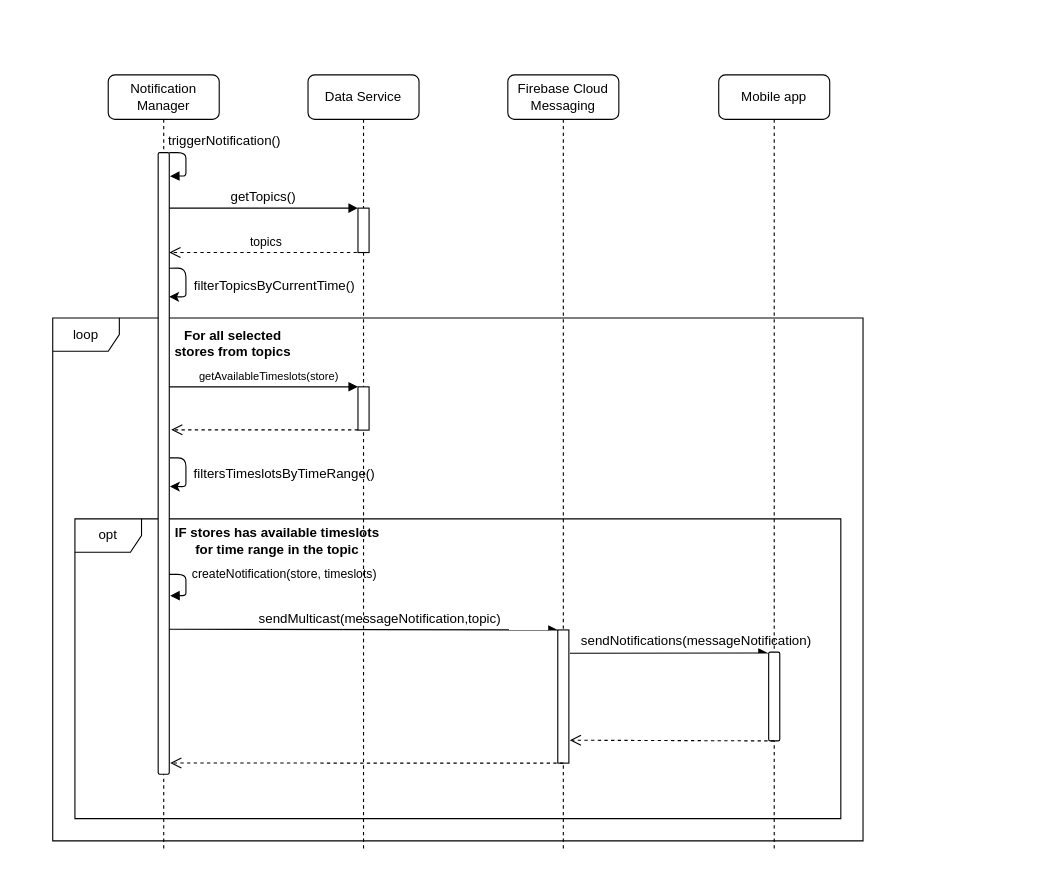
The draw.io diagram Relevant DD information/Sequence Diagrams/DrawIO/PeriodicNotificationsSeq.drawio in EtionPinari/PinariRomeoSbrolli, before the edit. Source tidied: cells renumbered, new cells numbered last; positions are measured from the earlier drawing's top-left corner, leaving out a move shared by most shapes. Both pictures are drawn from the tidied source at 111%, with x=0, y=0 at pixel (52, 74).
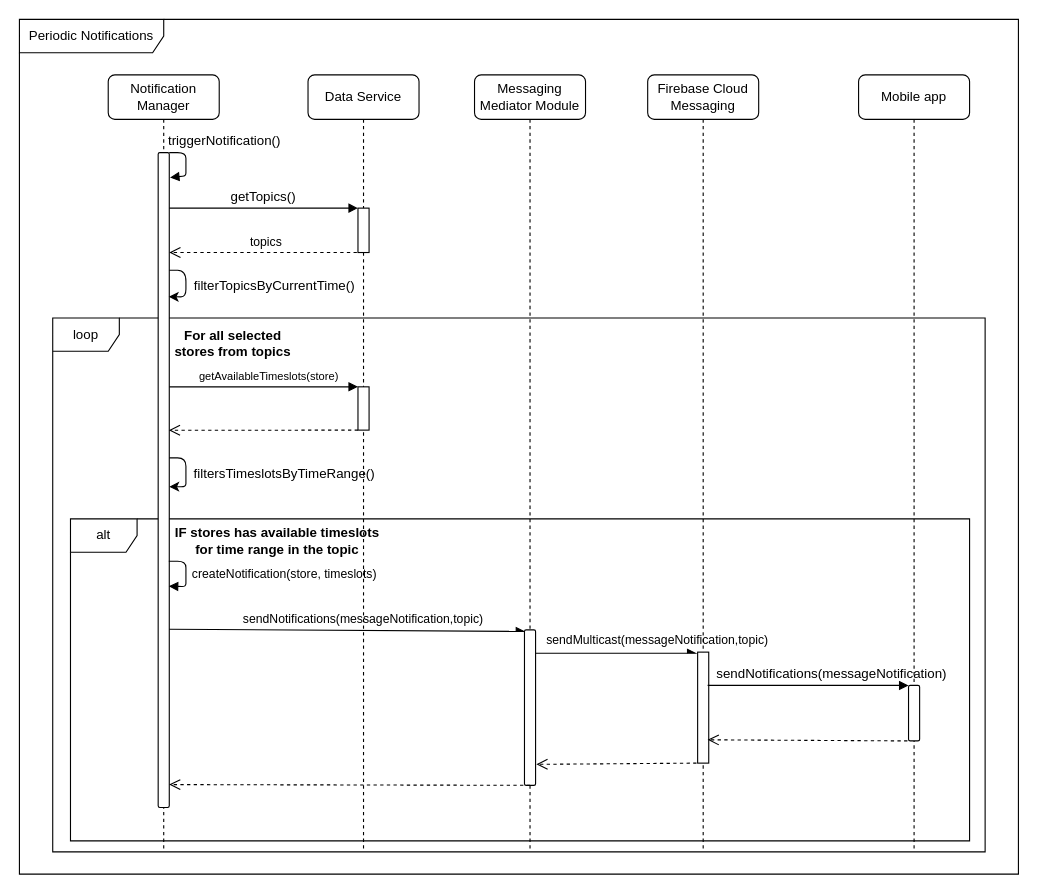
After the change.

Unchanged cells that the change refers to:
```xml
<mxCell id="4" value="Notification Manager" style="shape=umlLifeline;perimeter=lifelinePerimeter;whiteSpace=wrap;html=1;rounded=1;" parent="1" vertex="1">
  <mxGeometry x="50" width="100" height="700" as="geometry" />
</mxCell>
<mxCell id="10" value="Data Service" style="shape=umlLifeline;perimeter=lifelinePerimeter;whiteSpace=wrap;html=1;rounded=1;" parent="1" vertex="1">
  <mxGeometry x="230" width="100" height="700" as="geometry" />
</mxCell>
<mxCell id="12" style="html=1;points=[];perimeter=orthogonalPerimeter;" parent="10" vertex="1">
  <mxGeometry x="45" y="281" width="10" height="39" as="geometry" />
</mxCell>
```

The edit, as a diff of the source:
```diff
@@
     <mxCell id="2" value="loop" style="shape=umlFrame;whiteSpace=wrap;html=1;rounded=1;" parent="1" vertex="1">
-      <mxGeometry y="219" width="730" height="471" as="geometry" />
+      <mxGeometry y="219" width="840" height="481" as="geometry" />
     </mxCell>
-    <mxCell id="3" value="opt" style="shape=umlFrame;whiteSpace=wrap;html=1;rounded=1;" parent="1" vertex="1">
-      <mxGeometry x="20" y="400" width="690" height="270" as="geometry" />
+    <mxCell id="3" value="alt" style="shape=umlFrame;whiteSpace=wrap;html=1;rounded=1;" parent="1" vertex="1">
+      <mxGeometry x="16" y="400" width="810" height="290" as="geometry" />
     </mxCell>
@@
     <mxCell id="5" style="html=1;points=[];perimeter=orthogonalPerimeter;rounded=1;" parent="4" vertex="1">
-      <mxGeometry x="45" y="70" width="10" height="560" as="geometry" />
+      <mxGeometry x="45" y="70" width="10" height="590" as="geometry" />
     </mxCell>
-    <mxCell id="6" style="endArrow=classic;html=1;exitX=0.99;exitY=0.186;exitDx=0;exitDy=0;exitPerimeter=0;entryX=0.99;entryY=0.232;entryDx=0;entryDy=0;entryPerimeter=0;" parent="4" edge="1" source="5" target="5">
+    <mxCell id="6" style="endArrow=classic;html=1;entryX=0.95;entryY=0.22;entryDx=0;entryDy=0;entryPerimeter=0;" parent="4" edge="1" source="5" target="5">
       <mxGeometry relative="1" as="geometry">
         <Array as="points">
-          <mxPoint x="70" y="174" />
-          <mxPoint x="70" y="190" />
+          <mxPoint x="70" y="176" />
           <mxPoint x="70" y="200" />
         </Array>
       </mxGeometry>
     </mxCell>
-    <mxCell id="7" style="endArrow=classic;html=1;exitX=1.067;exitY=0.491;exitDx=0;exitDy=0;exitPerimeter=0;entryX=1.056;entryY=0.537;entryDx=0;entryDy=0;entryPerimeter=0;" parent="4" edge="1" source="5" target="5">
+    <mxCell id="7" style="endArrow=classic;html=1;" parent="4" edge="1" source="5" target="5">
       <mxGeometry relative="1" as="geometry">
         <Array as="points">
           <mxPoint x="70" y="345" />
           <mxPoint x="70" y="360" />
           <mxPoint x="70" y="371" />
         </Array>
       </mxGeometry>
     </mxCell>
+    <mxCell id="35" style="endArrow=block;endFill=1;endSize=6;html=1;entryX=0.955;entryY=0.662;entryDx=0;entryDy=0;entryPerimeter=0;exitX=0.96;exitY=0.624;exitDx=0;exitDy=0;exitPerimeter=0;" parent="4" edge="1" source="5" target="5">
+      <mxGeometry relative="1" as="geometry">
+        <Array as="points">
+          <mxPoint x="70" y="438" />
+          <mxPoint x="70" y="450" />
+          <mxPoint x="70" y="461" />
+        </Array>
+      </mxGeometry>
+    </mxCell>
     <mxCell id="8" value="Firebase Cloud Messaging" style="shape=umlLifeline;perimeter=lifelinePerimeter;whiteSpace=wrap;html=1;rounded=1;" parent="1" vertex="1">
-      <mxGeometry x="410" width="100" height="700" as="geometry" />
+      <mxGeometry x="536" width="100" height="700" as="geometry" />
     </mxCell>
     <mxCell id="9" style="html=1;points=[];perimeter=orthogonalPerimeter;" parent="8" vertex="1">
-      <mxGeometry x="45" y="500" width="10" height="120" as="geometry" />
+      <mxGeometry x="45" y="520" width="10" height="100" as="geometry" />
     </mxCell>
@@
+    <mxCell id="36" value="&lt;font style=&quot;font-size: 11px&quot;&gt;sendNotifications(messageNotification,topic)&lt;/font&gt;" style="text;html=1;strokeColor=none;fillColor=none;align=center;verticalAlign=middle;whiteSpace=wrap;rounded=0;" parent="10" vertex="1">
+      <mxGeometry x="30" y="480" width="40" height="20" as="geometry" />
+    </mxCell>
     <mxCell id="13" value="Mobile app" style="shape=umlLifeline;perimeter=lifelinePerimeter;whiteSpace=wrap;html=1;rounded=1;" parent="1" vertex="1">
-      <mxGeometry x="600" width="100" height="700" as="geometry" />
+      <mxGeometry x="726" width="100" height="700" as="geometry" />
     </mxCell>
     <mxCell id="14" style="html=1;points=[];perimeter=orthogonalPerimeter;rounded=1;" parent="13" vertex="1">
-      <mxGeometry x="45" y="520" width="10" height="80" as="geometry" />
+      <mxGeometry x="45" y="550" width="10" height="50" as="geometry" />
     </mxCell>
@@
-    <mxCell id="23" style="html=1;verticalAlign=bottom;endArrow=open;dashed=1;endSize=8;entryX=1.171;entryY=0.446;entryDx=0;entryDy=0;entryPerimeter=0;" parent="1" edge="1" source="12" target="5">
+    <mxCell id="23" style="html=1;verticalAlign=bottom;endArrow=open;dashed=1;endSize=8;entryX=0.96;entryY=0.424;entryDx=0;entryDy=0;entryPerimeter=0;" parent="1" edge="1" source="12" target="5">
       <mxGeometry relative="1" as="geometry" />
     </mxCell>
@@
-    <mxCell id="25" style="endArrow=block;endFill=1;endSize=6;html=1;entryX=1.082;entryY=0.713;entryDx=0;entryDy=0;entryPerimeter=0;" parent="1" edge="1" target="5">
-      <mxGeometry relative="1" as="geometry">
-        <mxPoint x="105" y="450" as="sourcePoint" />
-        <Array as="points">
-          <mxPoint x="120" y="450" />
-          <mxPoint x="120" y="460" />
-          <mxPoint x="120" y="469" />
-        </Array>
-      </mxGeometry>
-    </mxCell>
@@
-    <mxCell id="27" style="endArrow=async;endFill=1;endSize=6;html=1;" parent="1" edge="1" target="9">
+    <mxCell id="27" style="endArrow=async;endFill=1;endSize=6;html=1;entryX=0.067;entryY=0.01;entryDx=0;entryDy=0;entryPerimeter=0;" parent="1" edge="1" target="38">
       <mxGeometry relative="1" as="geometry">
         <mxPoint x="105" y="499.4" as="sourcePoint" />
       </mxGeometry>
     </mxCell>
-    <mxCell id="28" value="sendMulticast(messageNotification,topic)" style="text;html=1;strokeColor=none;fillColor=none;align=center;verticalAlign=middle;whiteSpace=wrap;rounded=0;" parent="1" vertex="1">
-      <mxGeometry x="275" y="480" width="40" height="20" as="geometry" />
+    <mxCell id="28" value="&lt;font style=&quot;font-size: 11px&quot;&gt;sendMulticast(messageNotification,topic)&lt;/font&gt;" style="text;html=1;strokeColor=none;fillColor=none;align=center;verticalAlign=middle;whiteSpace=wrap;rounded=0;" parent="1" vertex="1">
+      <mxGeometry x="525" y="499" width="40" height="20" as="geometry" />
     </mxCell>
-    <mxCell id="29" style="endArrow=async;endFill=1;endSize=6;html=1;entryX=-0.078;entryY=0.01;entryDx=0;entryDy=0;entryPerimeter=0;" parent="1" edge="1" target="14">
+    <mxCell id="29" style="endArrow=async;endFill=1;endSize=6;html=1;" parent="1" edge="1" source="38">
       <mxGeometry relative="1" as="geometry">
-        <mxPoint x="466" y="521" as="sourcePoint" />
+        <mxPoint x="580" y="521" as="targetPoint" />
       </mxGeometry>
     </mxCell>
     <mxCell id="30" value="sendNotifications(messageNotification)" style="text;html=1;strokeColor=none;fillColor=none;align=center;verticalAlign=middle;whiteSpace=wrap;rounded=0;" parent="1" vertex="1">
-      <mxGeometry x="560" y="500" width="40" height="20" as="geometry" />
+      <mxGeometry x="682" y="530" width="40" height="20" as="geometry" />
     </mxCell>
-    <mxCell id="31" style="html=1;verticalAlign=bottom;endArrow=open;dashed=1;endSize=8;entryX=1.083;entryY=0.828;entryDx=0;entryDy=0;entryPerimeter=0;" parent="1" edge="1" target="9">
-      <mxGeometry relative="1" as="geometry">
-        <mxPoint x="650" y="600" as="sourcePoint" />
-      </mxGeometry>
-    </mxCell>
-    <mxCell id="32" style="html=1;verticalAlign=bottom;endArrow=open;dashed=1;endSize=8;entryX=1.08;entryY=0.982;entryDx=0;entryDy=0;entryPerimeter=0;" parent="1" edge="1" target="5">
-      <mxGeometry y="-20" relative="1" as="geometry">
-        <mxPoint x="460" y="620" as="sourcePoint" />
-      </mxGeometry>
-    </mxCell>
@@
+    <mxCell id="37" value="Messaging Mediator Module" style="shape=umlLifeline;perimeter=lifelinePerimeter;whiteSpace=wrap;html=1;rounded=1;" parent="1" vertex="1">
+      <mxGeometry x="380" width="100" height="700" as="geometry" />
+    </mxCell>
+    <mxCell id="38" style="html=1;points=[];perimeter=orthogonalPerimeter;rounded=1;" parent="37" vertex="1">
+      <mxGeometry x="45" y="500" width="10" height="140" as="geometry" />
+    </mxCell>
+    <mxCell id="39" style="html=1;verticalAlign=bottom;endArrow=block;" parent="1" edge="1">
+      <mxGeometry relative="1" as="geometry">
+        <mxPoint x="590" y="550" as="sourcePoint" />
+        <mxPoint x="771" y="550" as="targetPoint" />
+      </mxGeometry>
+    </mxCell>
+    <mxCell id="40" style="html=1;verticalAlign=bottom;endArrow=open;dashed=1;endSize=8;" parent="1" edge="1">
+      <mxGeometry relative="1" as="geometry">
+        <mxPoint x="770" y="600" as="sourcePoint" />
+        <mxPoint x="590" y="599" as="targetPoint" />
+      </mxGeometry>
+    </mxCell>
+    <mxCell id="41" style="html=1;verticalAlign=bottom;endArrow=open;dashed=1;endSize=8;entryX=1.07;entryY=0.865;entryDx=0;entryDy=0;entryPerimeter=0;" parent="1" edge="1" target="38">
+      <mxGeometry y="-10" relative="1" as="geometry">
+        <mxPoint x="580" y="620" as="sourcePoint" />
+      </mxGeometry>
+    </mxCell>
+    <mxCell id="42" style="html=1;verticalAlign=bottom;endArrow=open;dashed=1;endSize=8;entryX=0.982;entryY=0.965;entryDx=0;entryDy=0;entryPerimeter=0;" parent="1" edge="1" target="5">
+      <mxGeometry relative="1" as="geometry">
+        <mxPoint x="430" y="640" as="sourcePoint" />
+      </mxGeometry>
+    </mxCell>
+    <mxCell id="43" value="Periodic Notifications" style="shape=umlFrame;whiteSpace=wrap;html=1;rounded=1;width=130;height=30;" parent="1" vertex="1">
+      <mxGeometry x="-30" y="-50" width="900" height="770" as="geometry" />
+    </mxCell>
```
